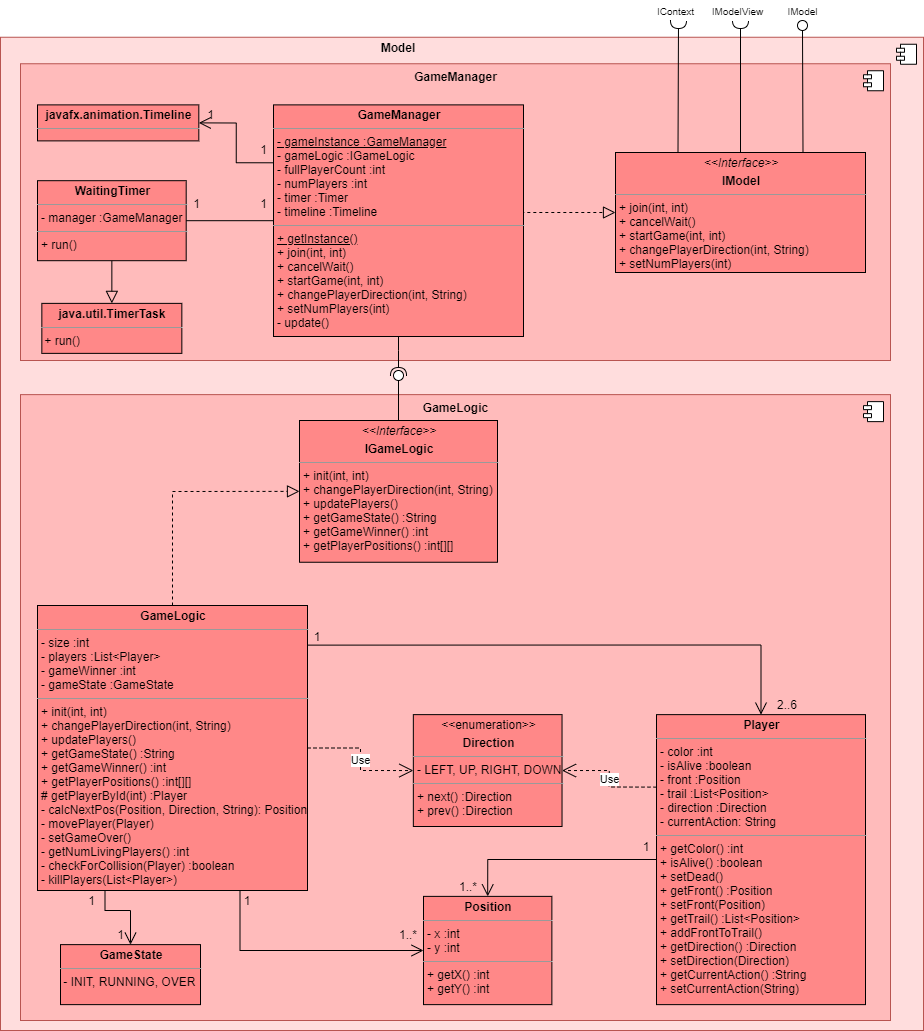
Above: Doku/images/Model_Ebene3_Refactor.png in KjellooMelloo/gameoftrons (draw.io), before the change. Source tidied: cells renumbered, new cells last; positions are measured from the earlier drawing's top-left corner, leaving out a move shared by most shapes.
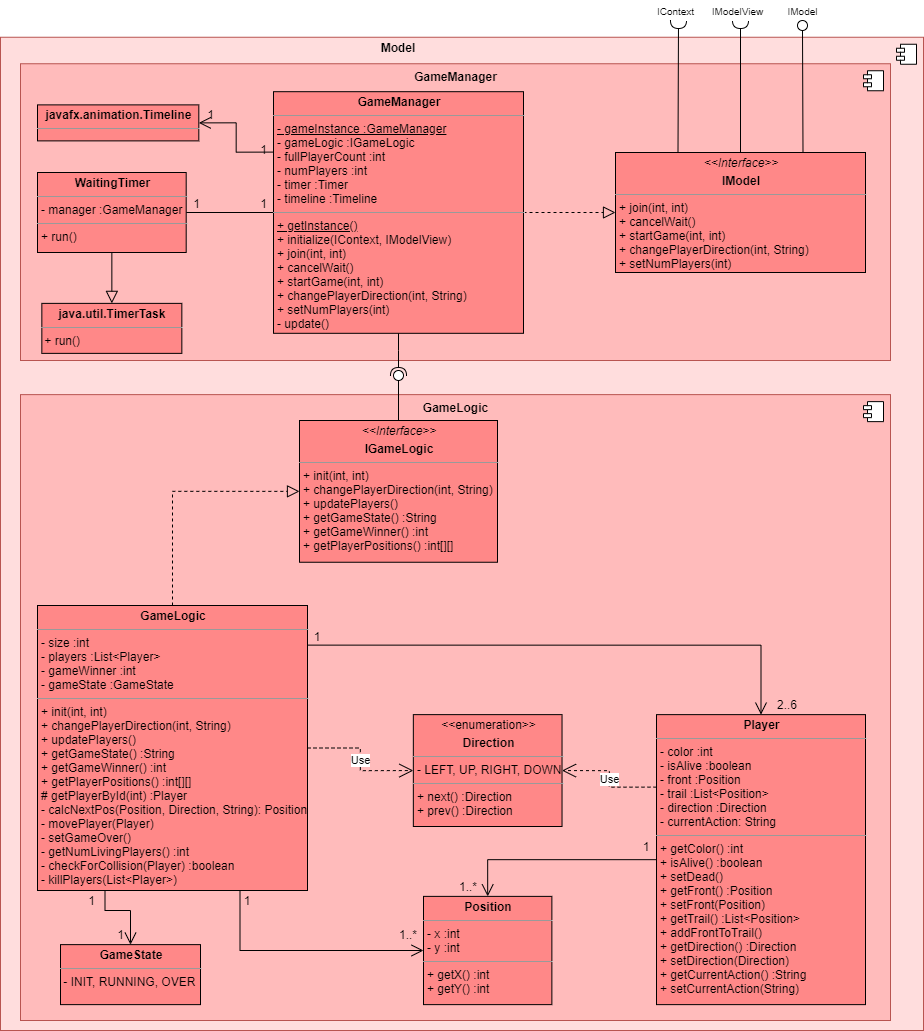
The same diagram one commit later.

Change to the diagram source:
```diff
@@ -43,8 +43,8 @@
     <mxCell id="11" style="edgeStyle=orthogonalEdgeStyle;rounded=0;jettySize=auto;html=1;entryX=1;entryY=0.5;entryDx=0;entryDy=0;exitX=0;exitY=0.25;exitDx=0;exitDy=0;endArrow=open;endFill=0;endSize=10;" parent="1" edge="1" source="12" target="50">
       <mxGeometry relative="1" as="geometry" />
     </mxCell>
-    <mxCell id="12" value="&lt;p style=&quot;margin: 0px ; margin-top: 4px ; text-align: center&quot;&gt;&lt;b&gt;GameManager&lt;/b&gt;&lt;/p&gt;&lt;hr size=&quot;1&quot;&gt;&lt;p style=&quot;margin: 0px ; margin-left: 4px&quot;&gt;&lt;u&gt;- gameInstance :GameManager&lt;/u&gt;&lt;/p&gt;&lt;p style=&quot;margin: 0px ; margin-left: 4px&quot;&gt;- gameLogic :IGameLogic&lt;/p&gt;&lt;p style=&quot;margin: 0px ; margin-left: 4px&quot;&gt;- fullPlayerCount :int&lt;/p&gt;&lt;p style=&quot;margin: 0px ; margin-left: 4px&quot;&gt;- numPlayers :int&lt;/p&gt;&lt;p style=&quot;margin: 0px ; margin-left: 4px&quot;&gt;- timer :Timer&lt;/p&gt;&lt;p style=&quot;margin: 0px ; margin-left: 4px&quot;&gt;- timeline :Timeline&lt;/p&gt;&lt;hr size=&quot;1&quot;&gt;&lt;p style=&quot;margin: 0px 0px 0px 4px&quot;&gt;&lt;u&gt;+ getInstance()&lt;/u&gt;&lt;/p&gt;&lt;p style=&quot;margin: 0px 0px 0px 4px&quot;&gt;+ join(int, int)&lt;/p&gt;&lt;p style=&quot;margin: 0px 0px 0px 4px&quot;&gt;+ cancelWait()&lt;/p&gt;&lt;p style=&quot;margin: 0px 0px 0px 4px&quot;&gt;+ startGame(int, int)&lt;/p&gt;&lt;p style=&quot;margin: 0px 0px 0px 4px&quot;&gt;+ changePlayerDirection(int, String)&lt;/p&gt;&lt;p style=&quot;margin: 0px 0px 0px 4px&quot;&gt;+ setNumPlayers(int)&lt;/p&gt;&lt;p style=&quot;margin: 0px 0px 0px 4px&quot;&gt;- update()&lt;/p&gt;&lt;p style=&quot;margin: 0px ; margin-left: 4px&quot;&gt;&lt;br&gt;&lt;/p&gt;" style="verticalAlign=top;align=left;overflow=fill;fontSize=12;fontFamily=Helvetica;html=1;fillColor=#FF8888;strokeColor=#000000;" parent="1" vertex="1">
-      <mxGeometry x="273" y="104.4" width="250" height="231.6" as="geometry" />
+    <mxCell id="12" value="&lt;p style=&quot;margin: 0px ; margin-top: 4px ; text-align: center&quot;&gt;&lt;b&gt;GameManager&lt;/b&gt;&lt;/p&gt;&lt;hr size=&quot;1&quot;&gt;&lt;p style=&quot;margin: 0px ; margin-left: 4px&quot;&gt;&lt;u&gt;- gameInstance :GameManager&lt;/u&gt;&lt;/p&gt;&lt;p style=&quot;margin: 0px ; margin-left: 4px&quot;&gt;- gameLogic :IGameLogic&lt;/p&gt;&lt;p style=&quot;margin: 0px ; margin-left: 4px&quot;&gt;- fullPlayerCount :int&lt;/p&gt;&lt;p style=&quot;margin: 0px ; margin-left: 4px&quot;&gt;- numPlayers :int&lt;/p&gt;&lt;p style=&quot;margin: 0px ; margin-left: 4px&quot;&gt;- timer :Timer&lt;/p&gt;&lt;p style=&quot;margin: 0px ; margin-left: 4px&quot;&gt;- timeline :Timeline&lt;/p&gt;&lt;hr size=&quot;1&quot;&gt;&lt;p style=&quot;margin: 0px 0px 0px 4px&quot;&gt;&lt;u&gt;+ getInstance()&lt;/u&gt;&lt;/p&gt;&lt;p style=&quot;margin: 0px 0px 0px 4px&quot;&gt;+ initialize(IContext, IModelView)&lt;/p&gt;&lt;p style=&quot;margin: 0px 0px 0px 4px&quot;&gt;+ join(int, int)&lt;/p&gt;&lt;p style=&quot;margin: 0px 0px 0px 4px&quot;&gt;+ cancelWait()&lt;/p&gt;&lt;p style=&quot;margin: 0px 0px 0px 4px&quot;&gt;+ startGame(int, int)&lt;/p&gt;&lt;p style=&quot;margin: 0px 0px 0px 4px&quot;&gt;+ changePlayerDirection(int, String)&lt;/p&gt;&lt;p style=&quot;margin: 0px 0px 0px 4px&quot;&gt;+ setNumPlayers(int)&lt;/p&gt;&lt;p style=&quot;margin: 0px 0px 0px 4px&quot;&gt;- update()&lt;/p&gt;&lt;p style=&quot;margin: 0px ; margin-left: 4px&quot;&gt;&lt;br&gt;&lt;/p&gt;" style="verticalAlign=top;align=left;overflow=fill;fontSize=12;fontFamily=Helvetica;html=1;fillColor=#FF8888;strokeColor=#000000;" parent="1" vertex="1">
+      <mxGeometry x="273" y="91.2" width="250" height="241.6" as="geometry" />
     </mxCell>
     <mxCell id="13" value="&lt;p style=&quot;margin: 0px ; margin-top: 4px ; text-align: center&quot;&gt;&lt;b&gt;Position&lt;/b&gt;&lt;/p&gt;&lt;hr size=&quot;1&quot;&gt;&lt;p style=&quot;margin: 0px ; margin-left: 4px&quot;&gt;- x :int&lt;/p&gt;&lt;p style=&quot;margin: 0px ; margin-left: 4px&quot;&gt;- y :int&lt;/p&gt;&lt;hr size=&quot;1&quot;&gt;&lt;p style=&quot;margin: 0px ; margin-left: 4px&quot;&gt;+ getX() :int&lt;br&gt;+ getY() :int&lt;/p&gt;&lt;p style=&quot;margin: 0px ; margin-left: 4px&quot;&gt;&lt;br&gt;&lt;/p&gt;" style="verticalAlign=top;align=left;overflow=fill;fontSize=12;fontFamily=Helvetica;html=1;fillColor=#FF8888;strokeColor=#000000;" parent="1" vertex="1">
       <mxGeometry x="423" y="895.9" width="128.4" height="108.2" as="geometry" />
@@ -137,7 +137,7 @@
       <mxGeometry x="253" y="193.2" width="20" height="20" as="geometry" />
     </mxCell>
     <mxCell id="39" value="&lt;p style=&quot;margin: 0px ; margin-top: 4px ; text-align: center&quot;&gt;&lt;b&gt;WaitingTimer&lt;/b&gt;&lt;/p&gt;&lt;hr size=&quot;1&quot;&gt;&lt;p style=&quot;margin: 0px ; margin-left: 4px&quot;&gt;- manager :GameManager&lt;br&gt;&lt;/p&gt;&lt;hr size=&quot;1&quot;&gt;&lt;p style=&quot;margin: 0px ; margin-left: 4px&quot;&gt;+ run()&lt;/p&gt;" style="verticalAlign=top;align=left;overflow=fill;fontSize=12;fontFamily=Helvetica;html=1;fillColor=#FF8888;strokeColor=#000000;" parent="1" vertex="1">
-      <mxGeometry x="37" y="180.2" width="148.7" height="80" as="geometry" />
+      <mxGeometry x="37" y="172" width="148.7" height="80" as="geometry" />
     </mxCell>
     <mxCell id="40" style="rounded=0;jettySize=auto;html=1;endArrow=none;endFill=0;exitX=0.75;exitY=0;exitDx=0;exitDy=0;" parent="1" edge="1" source="28" target="41">
       <mxGeometry relative="1" as="geometry" />
```
